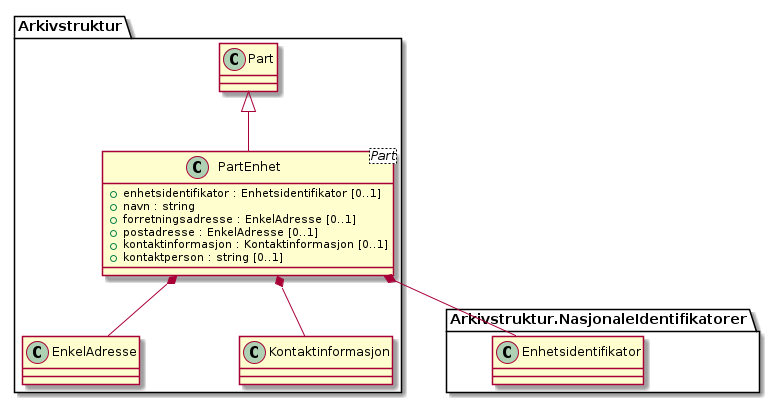
This is kapitler/media/uml-class-partenhet.png from arkivverket/noark5-tjenestegrensesnitt-standard, a PlantUML export, as it was before one commit.
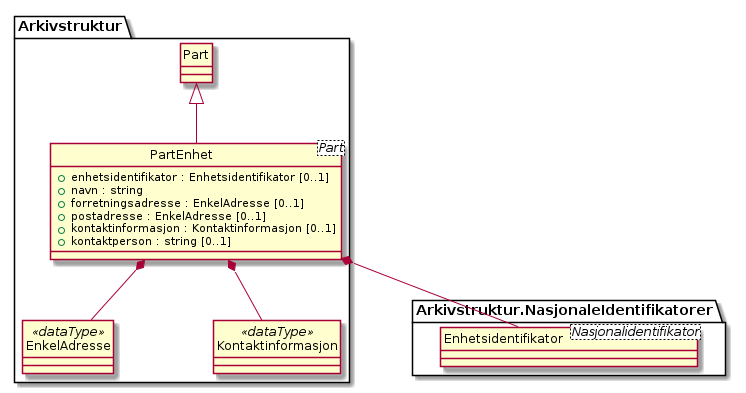
After the change.

The edit, as a diff of the source:
```diff
@@ -1,5 +1,6 @@
 @startuml
 skinparam nodesep 100
+hide circle
 class Arkivstruktur.PartEnhet <Part> {
   +enhetsidentifikator : Enhetsidentifikator [0..1]
   +navn : string
@@ -8,8 +9,16 @@
   +kontaktinformasjon : Kontaktinformasjon [0..1]
   +kontaktperson : string [0..1]
 }
+class Arkivstruktur.Part {
+}
 Arkivstruktur.Part <|-- Arkivstruktur.PartEnhet
+class Arkivstruktur.NasjonaleIdentifikatorer.Enhetsidentifikator <Nasjonalidentifikator> {
+}
 Arkivstruktur.PartEnhet *-- Arkivstruktur.NasjonaleIdentifikatorer.Enhetsidentifikator
+class Arkivstruktur.EnkelAdresse <<dataType>> {
+}
 Arkivstruktur.PartEnhet *-- Arkivstruktur.EnkelAdresse
+class Arkivstruktur.Kontaktinformasjon <<dataType>> {
+}
 Arkivstruktur.PartEnhet *-- Arkivstruktur.Kontaktinformasjon
 @enduml
```
